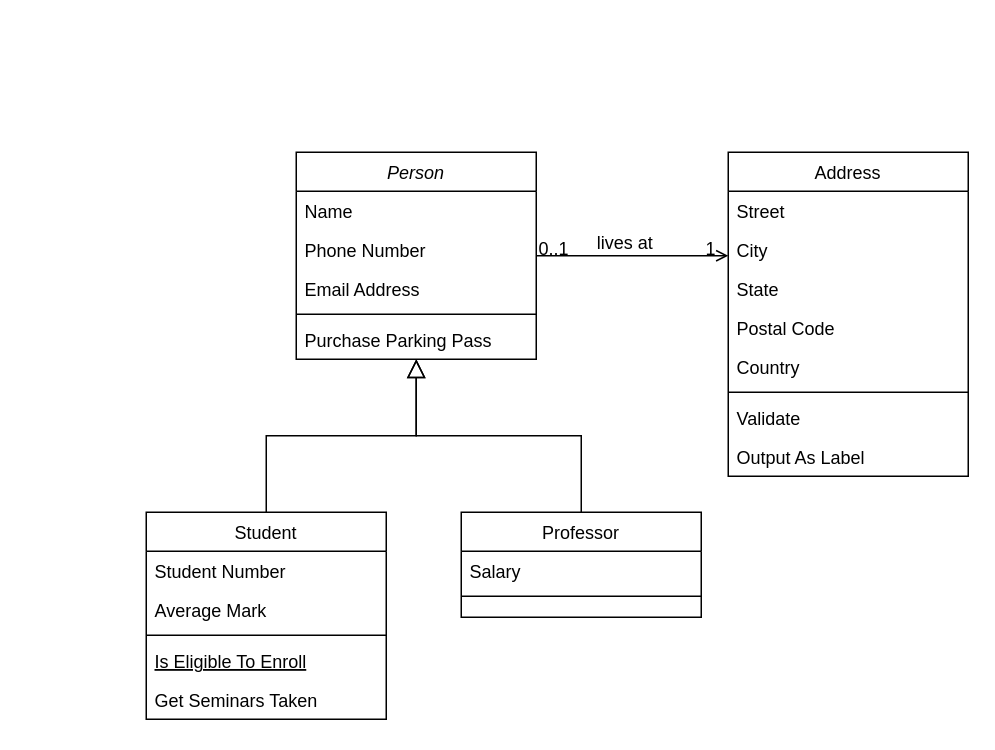
The draw.io diagram Untitled Diagram.drawio in dom587316/git-tutorial-MINH-UET, before the edit. Source tidied: cells renumbered, new cells numbered last; positions are measured from the earlier drawing's top-left corner, leaving out a move shared by most shapes. Both pictures are drawn from the tidied source at 150%, with x=0, y=0 at pixel (146, 152).
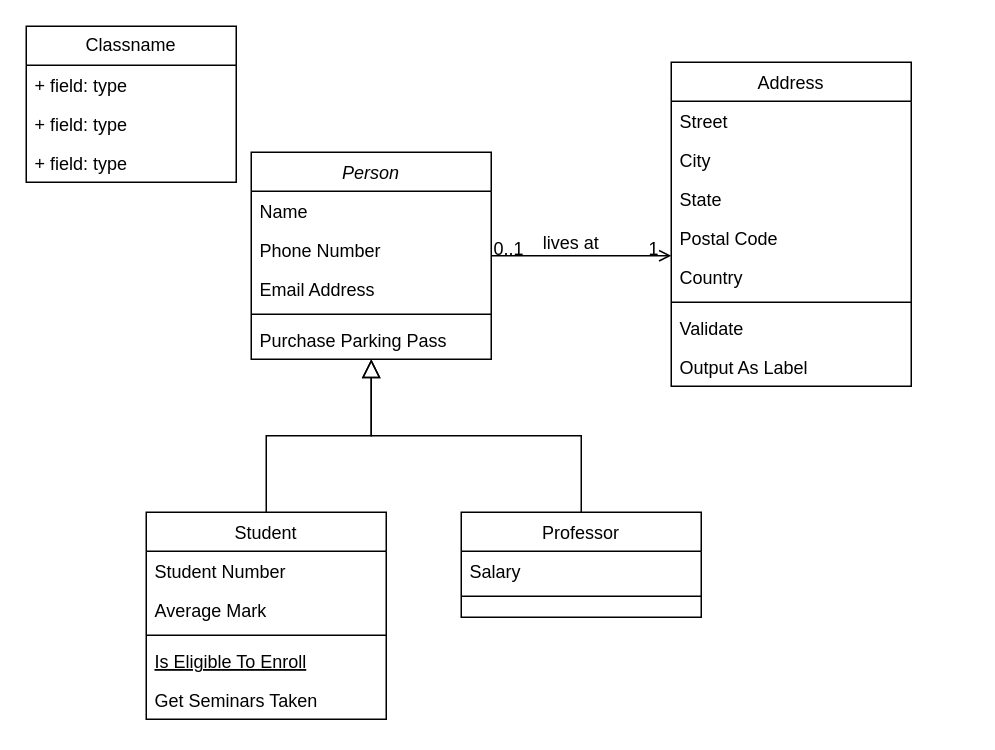
The same diagram, later.

What changed in the source:
```diff
@@
     <mxCell id="2" value="Person" style="swimlane;fontStyle=2;align=center;verticalAlign=top;horizontal=1;startSize=26;rounded=0;shadow=0;strokeWidth=1;" parent="1" vertex="1">
-      <mxGeometry x="100" width="160" height="138" as="geometry" />
+      <mxGeometry x="70" width="160" height="138" as="geometry" />
     </mxCell>
@@
     <mxCell id="19" value="Address" style="swimlane;fontStyle=0;align=center;verticalAlign=top;horizontal=1;startSize=26;rounded=0;shadow=0;strokeWidth=1;" parent="1" vertex="1">
-      <mxGeometry x="388" width="160" height="216" as="geometry" />
+      <mxGeometry x="350" y="-60" width="160" height="216" as="geometry" />
     </mxCell>
@@
+    <mxCell id="32" value="Classname" style="swimlane;fontStyle=0;horizontal=1;startSize=26;fillColor=none;whiteSpace=wrap;html=1;" parent="1" vertex="1">
+      <mxGeometry x="-80" y="-84" width="140" height="104" as="geometry" />
+    </mxCell>
+    <mxCell id="33" value="+ field: type" style="text;strokeColor=none;fillColor=none;align=left;verticalAlign=top;spacingLeft=4;spacingRight=4;overflow=hidden;whiteSpace=wrap;html=1;" parent="32" vertex="1">
+      <mxGeometry y="26" width="140" height="26" as="geometry" />
+    </mxCell>
+    <mxCell id="34" value="+ field: type" style="text;strokeColor=none;fillColor=none;align=left;verticalAlign=top;spacingLeft=4;spacingRight=4;overflow=hidden;whiteSpace=wrap;html=1;" parent="32" vertex="1">
+      <mxGeometry y="52" width="140" height="26" as="geometry" />
+    </mxCell>
+    <mxCell id="35" value="+ field: type" style="text;strokeColor=none;fillColor=none;align=left;verticalAlign=top;spacingLeft=4;spacingRight=4;overflow=hidden;whiteSpace=wrap;html=1;" parent="32" vertex="1">
+      <mxGeometry y="78" width="140" height="26" as="geometry" />
+    </mxCell>
```
